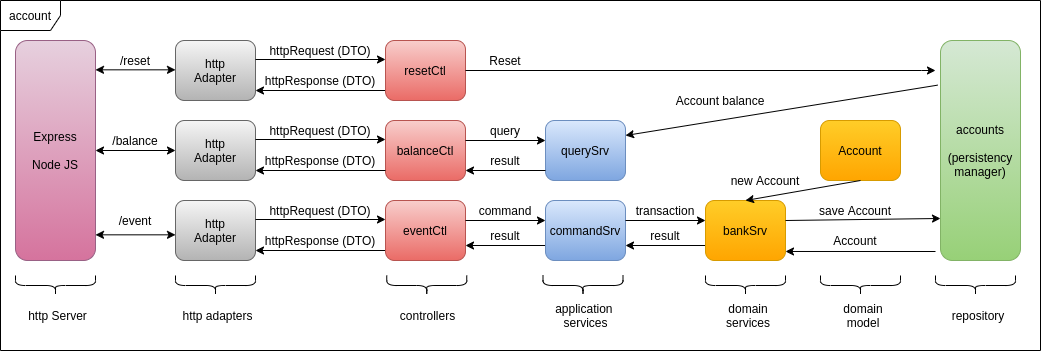
The draw.io diagram accounts.png in gpazevedo/gpazevedo, before a commit. Source tidied: cells renumbered, new cells last; positions are measured from the earlier drawing's top-left corner, leaving out a move shared by most shapes. Its diagram source:
```xml
<mxGraphModel>
  <root>
    <mxCell id="0" />
    <mxCell id="1" parent="0" />
    <mxCell id="2" value="account" style="shape=umlFrame;whiteSpace=wrap;html=1;rounded=1;align=center;" parent="1" vertex="1">
      <mxGeometry width="1040" height="350" as="geometry" />
    </mxCell>
    <mxCell id="3" value="&lt;font style=&quot;font-size: 12px&quot;&gt;Express&lt;br&gt;&lt;br&gt;Node JS&lt;br&gt;&lt;/font&gt;" style="whiteSpace=wrap;html=1;labelPosition=center;verticalLabelPosition=middle;align=center;verticalAlign=middle;gradientColor=#d5739d;fillColor=#e6d0de;strokeColor=#996185;rounded=1;" parent="1" vertex="1">
      <mxGeometry x="15" y="40" width="80" height="220" as="geometry" />
    </mxCell>
    <mxCell id="4" value="http&lt;br&gt;Adapter" style="whiteSpace=wrap;html=1;gradientColor=#b3b3b3;fillColor=#f5f5f5;strokeColor=#666666;rounded=1;" parent="1" vertex="1">
      <mxGeometry x="175" y="120" width="80" height="60" as="geometry" />
    </mxCell>
    <mxCell id="5" value="http&lt;br&gt;Adapter" style="whiteSpace=wrap;html=1;gradientColor=#b3b3b3;fillColor=#f5f5f5;strokeColor=#666666;rounded=1;" parent="1" vertex="1">
      <mxGeometry x="175" y="200" width="80" height="60" as="geometry" />
    </mxCell>
    <mxCell id="6" value="http&lt;br&gt;Adapter" style="whiteSpace=wrap;html=1;gradientColor=#b3b3b3;fillColor=#f5f5f5;strokeColor=#666666;rounded=1;" parent="1" vertex="1">
      <mxGeometry x="175" y="40" width="80" height="60" as="geometry" />
    </mxCell>
    <mxCell id="7" style="endArrow=classic;startArrow=classic;html=1;entryX=0;entryY=0.5;entryDx=0;entryDy=0;" parent="1" edge="1" target="4">
      <mxGeometry x="30" y="50" as="geometry">
        <mxPoint x="95" y="150" as="sourcePoint" />
      </mxGeometry>
    </mxCell>
    <mxCell id="8" style="endArrow=classic;startArrow=classic;html=1;entryX=0;entryY=0.5;entryDx=0;entryDy=0;" parent="1" edge="1">
      <mxGeometry x="30" y="50" as="geometry">
        <mxPoint x="95" y="234.3" as="sourcePoint" />
        <mxPoint x="175" y="234.3" as="targetPoint" />
      </mxGeometry>
    </mxCell>
    <mxCell id="9" style="endArrow=classic;startArrow=classic;html=1;entryX=0;entryY=0.5;entryDx=0;entryDy=0;" parent="1" edge="1">
      <mxGeometry x="30" y="50" as="geometry">
        <mxPoint x="95" y="69.3" as="sourcePoint" />
        <mxPoint x="175" y="69.3" as="targetPoint" />
      </mxGeometry>
    </mxCell>
    <mxCell id="10" value="/balance" style="text;html=1;strokeColor=none;fillColor=none;align=center;verticalAlign=middle;whiteSpace=wrap;rounded=1;" parent="1" vertex="1">
      <mxGeometry x="115" y="130" width="40" height="20" as="geometry" />
    </mxCell>
    <mxCell id="11" value="/event" style="text;html=1;strokeColor=none;fillColor=none;align=center;verticalAlign=middle;whiteSpace=wrap;rounded=1;" parent="1" vertex="1">
      <mxGeometry x="115" y="210" width="40" height="20" as="geometry" />
    </mxCell>
    <mxCell id="12" value="/reset" style="text;html=1;strokeColor=none;fillColor=none;align=center;verticalAlign=middle;whiteSpace=wrap;rounded=1;" parent="1" vertex="1">
      <mxGeometry x="115" y="50" width="40" height="20" as="geometry" />
    </mxCell>
    <mxCell id="13" value="balanceCtl" style="whiteSpace=wrap;html=1;gradientColor=#ea6b66;fillColor=#f8cecc;strokeColor=#b85450;rounded=1;" parent="1" vertex="1">
      <mxGeometry x="385" y="120" width="80" height="60" as="geometry" />
    </mxCell>
    <mxCell id="14" style="group;rounded=1;" parent="1" vertex="1">
      <mxGeometry x="255" y="120" width="130" height="20" as="geometry" />
    </mxCell>
    <mxCell id="15" value="httpRequest (DTO)" style="text;html=1;strokeColor=none;fillColor=none;align=center;verticalAlign=middle;whiteSpace=wrap;rounded=1;" parent="14" vertex="1">
      <mxGeometry width="130" height="20" as="geometry" />
    </mxCell>
    <mxCell id="16" style="endArrow=classic;html=1;exitX=1;exitY=0.25;exitDx=0;exitDy=0;entryX=0;entryY=0.25;entryDx=0;entryDy=0;" parent="14" edge="1">
      <mxGeometry as="geometry">
        <mxPoint y="19" as="sourcePoint" />
        <mxPoint x="130" y="19" as="targetPoint" />
      </mxGeometry>
    </mxCell>
    <mxCell id="17" style="group;rounded=1;" parent="1" vertex="1">
      <mxGeometry x="255" y="150" width="130" height="20" as="geometry" />
    </mxCell>
    <mxCell id="18" value="httpResponse (DTO)" style="text;html=1;strokeColor=none;fillColor=none;align=center;verticalAlign=middle;whiteSpace=wrap;rounded=1;" parent="17" vertex="1">
      <mxGeometry width="130" height="20" as="geometry" />
    </mxCell>
    <mxCell id="19" style="endArrow=classic;html=1;" parent="17" edge="1">
      <mxGeometry relative="1" as="geometry">
        <mxPoint x="130" y="20" as="sourcePoint" />
        <mxPoint y="20" as="targetPoint" />
      </mxGeometry>
    </mxCell>
    <mxCell id="20" style="group;rounded=1;" parent="1" vertex="1">
      <mxGeometry x="255" y="200" width="130" height="20" as="geometry" />
    </mxCell>
    <mxCell id="21" value="httpRequest (DTO)" style="text;html=1;strokeColor=none;fillColor=none;align=center;verticalAlign=middle;whiteSpace=wrap;rounded=1;" parent="20" vertex="1">
      <mxGeometry width="130" height="20" as="geometry" />
    </mxCell>
    <mxCell id="22" style="endArrow=classic;html=1;exitX=1;exitY=0.25;exitDx=0;exitDy=0;entryX=0;entryY=0.25;entryDx=0;entryDy=0;" parent="20" edge="1">
      <mxGeometry as="geometry">
        <mxPoint y="19" as="sourcePoint" />
        <mxPoint x="130" y="19" as="targetPoint" />
      </mxGeometry>
    </mxCell>
    <mxCell id="23" style="group;rounded=1;" parent="1" vertex="1">
      <mxGeometry x="255" y="230" width="130" height="20" as="geometry" />
    </mxCell>
    <mxCell id="24" value="httpResponse (DTO)" style="text;html=1;strokeColor=none;fillColor=none;align=center;verticalAlign=middle;whiteSpace=wrap;rounded=1;" parent="23" vertex="1">
      <mxGeometry width="130" height="20" as="geometry" />
    </mxCell>
    <mxCell id="25" style="endArrow=classic;html=1;" parent="23" edge="1">
      <mxGeometry relative="1" as="geometry">
        <mxPoint x="130" y="20" as="sourcePoint" />
        <mxPoint y="20" as="targetPoint" />
      </mxGeometry>
    </mxCell>
    <mxCell id="26" style="group;rounded=1;" parent="1" vertex="1">
      <mxGeometry x="255" y="40" width="130" height="20" as="geometry" />
    </mxCell>
    <mxCell id="27" value="httpRequest (DTO)" style="text;html=1;strokeColor=none;fillColor=none;align=center;verticalAlign=middle;whiteSpace=wrap;rounded=1;" parent="26" vertex="1">
      <mxGeometry width="130" height="20" as="geometry" />
    </mxCell>
    <mxCell id="28" style="endArrow=classic;html=1;exitX=1;exitY=0.25;exitDx=0;exitDy=0;entryX=0;entryY=0.25;entryDx=0;entryDy=0;" parent="26" edge="1">
      <mxGeometry as="geometry">
        <mxPoint y="19" as="sourcePoint" />
        <mxPoint x="130" y="19" as="targetPoint" />
      </mxGeometry>
    </mxCell>
    <mxCell id="29" style="group;rounded=1;" parent="1" vertex="1">
      <mxGeometry x="255" y="70" width="130" height="20" as="geometry" />
    </mxCell>
    <mxCell id="30" value="httpResponse (DTO)" style="text;html=1;strokeColor=none;fillColor=none;align=center;verticalAlign=middle;whiteSpace=wrap;rounded=1;" parent="29" vertex="1">
      <mxGeometry width="130" height="20" as="geometry" />
    </mxCell>
    <mxCell id="31" style="endArrow=classic;html=1;" parent="29" edge="1">
      <mxGeometry relative="1" as="geometry">
        <mxPoint x="130" y="20" as="sourcePoint" />
        <mxPoint y="20" as="targetPoint" />
      </mxGeometry>
    </mxCell>
    <mxCell id="32" value="eventCtl" style="whiteSpace=wrap;html=1;gradientColor=#ea6b66;fillColor=#f8cecc;strokeColor=#b85450;rounded=1;" parent="1" vertex="1">
      <mxGeometry x="385" y="200" width="80" height="60" as="geometry" />
    </mxCell>
    <mxCell id="33" value="resetCtl" style="whiteSpace=wrap;html=1;gradientColor=#ea6b66;fillColor=#f8cecc;strokeColor=#b85450;rounded=1;" parent="1" vertex="1">
      <mxGeometry x="385" y="40" width="80" height="60" as="geometry" />
    </mxCell>
    <mxCell id="34" value="querySrv" style="whiteSpace=wrap;html=1;align=center;gradientColor=#7ea6e0;fillColor=#dae8fc;strokeColor=#6c8ebf;rounded=1;" parent="1" vertex="1">
      <mxGeometry x="545" y="120" width="80" height="60" as="geometry" />
    </mxCell>
    <mxCell id="35" style="group;rounded=1;" parent="1" vertex="1">
      <mxGeometry x="465" y="200" width="80" height="20" as="geometry" />
    </mxCell>
    <mxCell id="36" style="endArrow=classic;html=1;" parent="35" edge="1">
      <mxGeometry relative="1" as="geometry">
        <mxPoint y="20" as="sourcePoint" />
        <mxPoint x="80" y="20" as="targetPoint" />
      </mxGeometry>
    </mxCell>
    <mxCell id="37" value="command" style="text;html=1;strokeColor=none;fillColor=none;align=center;verticalAlign=middle;whiteSpace=wrap;rounded=1;" parent="35" vertex="1">
      <mxGeometry width="80" height="20" as="geometry" />
    </mxCell>
    <mxCell id="38" style="group;rounded=1;" parent="1" vertex="1">
      <mxGeometry x="465" y="225" width="80" height="20" as="geometry" />
    </mxCell>
    <mxCell id="39" style="endArrow=classic;html=1;" parent="38" edge="1">
      <mxGeometry as="geometry">
        <mxPoint x="80" y="20" as="sourcePoint" />
        <mxPoint y="20" as="targetPoint" />
      </mxGeometry>
    </mxCell>
    <mxCell id="40" value="result" style="text;html=1;strokeColor=none;fillColor=none;align=center;verticalAlign=middle;whiteSpace=wrap;rounded=1;" parent="38" vertex="1">
      <mxGeometry width="80" height="20" as="geometry" />
    </mxCell>
    <mxCell id="41" style="group;rounded=1;" parent="1" vertex="1">
      <mxGeometry x="465" y="120" width="80" height="20" as="geometry" />
    </mxCell>
    <mxCell id="42" style="endArrow=classic;html=1;" parent="41" edge="1">
      <mxGeometry relative="1" as="geometry">
        <mxPoint y="20" as="sourcePoint" />
        <mxPoint x="80" y="20" as="targetPoint" />
      </mxGeometry>
    </mxCell>
    <mxCell id="43" value="query" style="text;html=1;strokeColor=none;fillColor=none;align=center;verticalAlign=middle;whiteSpace=wrap;rounded=1;" parent="41" vertex="1">
      <mxGeometry width="80" height="20" as="geometry" />
    </mxCell>
    <mxCell id="44" style="group;rounded=1;" parent="1" vertex="1">
      <mxGeometry x="465" y="150" width="80" height="20" as="geometry" />
    </mxCell>
    <mxCell id="45" style="endArrow=classic;html=1;" parent="44" edge="1">
      <mxGeometry as="geometry">
        <mxPoint x="80" y="20" as="sourcePoint" />
        <mxPoint y="20" as="targetPoint" />
      </mxGeometry>
    </mxCell>
    <mxCell id="46" value="result" style="text;html=1;strokeColor=none;fillColor=none;align=center;verticalAlign=middle;whiteSpace=wrap;rounded=1;" parent="44" vertex="1">
      <mxGeometry width="80" height="20" as="geometry" />
    </mxCell>
    <mxCell id="47" value="commandSrv" style="whiteSpace=wrap;html=1;align=center;gradientColor=#7ea6e0;fillColor=#dae8fc;strokeColor=#6c8ebf;rounded=1;" parent="1" vertex="1">
      <mxGeometry x="545" y="200" width="80" height="60" as="geometry" />
    </mxCell>
    <mxCell id="48" style="group;rounded=1;" parent="1" vertex="1">
      <mxGeometry x="625" y="200" width="80" height="20" as="geometry" />
    </mxCell>
    <mxCell id="49" style="endArrow=classic;html=1;" parent="48" edge="1">
      <mxGeometry relative="1" as="geometry">
        <mxPoint y="20" as="sourcePoint" />
        <mxPoint x="80" y="20" as="targetPoint" />
      </mxGeometry>
    </mxCell>
    <mxCell id="50" value="transaction" style="text;html=1;strokeColor=none;fillColor=none;align=center;verticalAlign=middle;whiteSpace=wrap;rounded=1;" parent="48" vertex="1">
      <mxGeometry width="80" height="20" as="geometry" />
    </mxCell>
    <mxCell id="51" style="group;rounded=1;" parent="1" vertex="1">
      <mxGeometry x="625" y="225" width="80" height="20" as="geometry" />
    </mxCell>
    <mxCell id="52" style="endArrow=classic;html=1;" parent="51" edge="1">
      <mxGeometry as="geometry">
        <mxPoint x="80" y="20" as="sourcePoint" />
        <mxPoint y="20" as="targetPoint" />
      </mxGeometry>
    </mxCell>
    <mxCell id="53" value="result" style="text;html=1;strokeColor=none;fillColor=none;align=center;verticalAlign=middle;whiteSpace=wrap;rounded=1;" parent="51" vertex="1">
      <mxGeometry width="80" height="20" as="geometry" />
    </mxCell>
    <mxCell id="54" value="bankSrv" style="whiteSpace=wrap;html=1;align=center;gradientColor=#ffa500;fillColor=#ffcd28;strokeColor=#d79b00;rounded=1;" parent="1" vertex="1">
      <mxGeometry x="705" y="200" width="80" height="60" as="geometry" />
    </mxCell>
    <mxCell id="55" value="Account" style="whiteSpace=wrap;html=1;align=center;gradientColor=#ffa500;fillColor=#ffcd28;strokeColor=#d79b00;rounded=1;" parent="1" vertex="1">
      <mxGeometry x="820" y="120" width="80" height="60" as="geometry" />
    </mxCell>
    <mxCell id="56" value="&lt;font style=&quot;font-size: 12px&quot;&gt;accounts&lt;br&gt;&lt;br&gt;(persistency manager)&lt;br&gt;&lt;/font&gt;" style="whiteSpace=wrap;html=1;labelPosition=center;verticalLabelPosition=middle;align=center;verticalAlign=middle;gradientColor=#97d077;fillColor=#d5e8d4;strokeColor=#82b366;rounded=1;" parent="1" vertex="1">
      <mxGeometry x="940" y="40" width="80" height="220" as="geometry" />
    </mxCell>
    <mxCell id="57" style="edgeStyle=orthogonalEdgeStyle;jettySize=auto;html=1;exitX=1;exitY=0.5;exitDx=0;exitDy=0;" parent="1" edge="1" source="33">
      <mxGeometry x="30" y="50" as="geometry">
        <mxPoint x="935" y="70" as="targetPoint" />
        <Array as="points">
          <mxPoint x="931" y="70" />
        </Array>
      </mxGeometry>
    </mxCell>
    <mxCell id="58" value="Reset" style="text;html=1;strokeColor=none;fillColor=none;align=center;verticalAlign=middle;whiteSpace=wrap;rounded=1;" parent="1" vertex="1">
      <mxGeometry x="485" y="50" width="40" height="20" as="geometry" />
    </mxCell>
    <mxCell id="59" style="endArrow=classic;html=1;entryX=0;entryY=0.809;entryDx=0;entryDy=0;entryPerimeter=0;exitX=0;exitY=0.809;exitDx=0;exitDy=0;exitPerimeter=0;" parent="1" edge="1" target="56">
      <mxGeometry x="30" y="50" as="geometry">
        <mxPoint x="785" y="220" as="sourcePoint" />
      </mxGeometry>
    </mxCell>
    <mxCell id="60" value="save Account" style="text;html=1;strokeColor=none;fillColor=none;align=center;verticalAlign=middle;whiteSpace=wrap;rounded=1;" parent="1" vertex="1">
      <mxGeometry x="805" y="200" width="100" height="20" as="geometry" />
    </mxCell>
    <mxCell id="61" style="endArrow=classic;html=1;entryX=-0.05;entryY=0.791;entryDx=0;entryDy=0;entryPerimeter=0;" parent="1" edge="1">
      <mxGeometry x="30" y="50" as="geometry">
        <mxPoint x="935" y="251" as="sourcePoint" />
        <mxPoint x="785" y="251" as="targetPoint" />
      </mxGeometry>
    </mxCell>
    <mxCell id="62" value="Account" style="text;html=1;strokeColor=none;fillColor=none;align=center;verticalAlign=middle;whiteSpace=wrap;rounded=1;" parent="1" vertex="1">
      <mxGeometry x="820" y="230" width="70" height="20" as="geometry" />
    </mxCell>
    <mxCell id="63" style="endArrow=classic;html=1;entryX=0.5;entryY=1;entryDx=0;entryDy=0;exitX=0.5;exitY=1;exitDx=0;exitDy=0;" parent="1" edge="1" source="55">
      <mxGeometry x="30" y="50" as="geometry">
        <mxPoint x="745" y="200" as="targetPoint" />
      </mxGeometry>
    </mxCell>
    <mxCell id="64" value="new Account" style="text;html=1;strokeColor=none;fillColor=none;align=center;verticalAlign=middle;whiteSpace=wrap;rounded=1;" parent="1" vertex="1">
      <mxGeometry x="715" y="170" width="100" height="20" as="geometry" />
    </mxCell>
    <mxCell id="65" style="endArrow=classic;html=1;exitX=-0.037;exitY=0.203;exitDx=0;exitDy=0;entryX=1;entryY=0.25;entryDx=0;entryDy=0;exitPerimeter=0;" parent="1" edge="1" source="56" target="34">
      <mxGeometry x="30" y="50" as="geometry" />
    </mxCell>
    <mxCell id="66" value="Account balance" style="text;html=1;strokeColor=none;fillColor=none;align=center;verticalAlign=middle;whiteSpace=wrap;rounded=1;" parent="1" vertex="1">
      <mxGeometry x="665" y="90" width="110" height="20" as="geometry" />
    </mxCell>
    <mxCell id="67" style="shape=curlyBracket;whiteSpace=wrap;html=1;align=center;direction=west;rotation=90;rounded=1;" parent="1" vertex="1">
      <mxGeometry x="45" y="245" width="20" height="80" as="geometry" />
    </mxCell>
    <mxCell id="68" value="http Server" style="text;html=1;strokeColor=none;fillColor=none;align=center;verticalAlign=middle;whiteSpace=wrap;rounded=1;" parent="1" vertex="1">
      <mxGeometry x="15" y="305" width="85" height="20" as="geometry" />
    </mxCell>
    <mxCell id="69" style="shape=curlyBracket;whiteSpace=wrap;html=1;align=center;direction=west;rotation=90;rounded=1;" parent="1" vertex="1">
      <mxGeometry x="416.2" y="245" width="20" height="80" as="geometry" />
    </mxCell>
    <mxCell id="70" value="application&amp;nbsp;&lt;br&gt;services" style="text;html=1;strokeColor=none;fillColor=none;align=center;verticalAlign=middle;whiteSpace=wrap;rounded=1;" parent="1" vertex="1">
      <mxGeometry x="518.8" y="305" width="132.5" height="20" as="geometry" />
    </mxCell>
    <mxCell id="71" style="shape=curlyBracket;whiteSpace=wrap;html=1;align=center;direction=west;rotation=90;rounded=1;" parent="1" vertex="1">
      <mxGeometry x="850" y="245" width="20" height="80" as="geometry" />
    </mxCell>
    <mxCell id="72" value="domain&lt;br&gt;model" style="text;html=1;strokeColor=none;fillColor=none;align=center;verticalAlign=middle;whiteSpace=wrap;rounded=1;" parent="1" vertex="1">
      <mxGeometry x="822.5" y="305" width="80" height="20" as="geometry" />
    </mxCell>
    <mxCell id="73" style="shape=curlyBracket;whiteSpace=wrap;html=1;align=center;direction=west;rotation=90;rounded=1;" parent="1" vertex="1">
      <mxGeometry x="735" y="245" width="20" height="80" as="geometry" />
    </mxCell>
    <mxCell id="74" value="domain&lt;br&gt;services" style="text;html=1;strokeColor=none;fillColor=none;align=center;verticalAlign=middle;whiteSpace=wrap;rounded=1;" parent="1" vertex="1">
      <mxGeometry x="707.5" y="305" width="80" height="20" as="geometry" />
    </mxCell>
    <mxCell id="75" style="shape=curlyBracket;whiteSpace=wrap;html=1;align=center;direction=west;rotation=90;rounded=1;" parent="1" vertex="1">
      <mxGeometry x="965" y="245" width="20" height="80" as="geometry" />
    </mxCell>
    <mxCell id="76" value="repository" style="text;html=1;strokeColor=none;fillColor=none;align=center;verticalAlign=middle;whiteSpace=wrap;rounded=1;" parent="1" vertex="1">
      <mxGeometry x="937.5" y="305" width="80" height="20" as="geometry" />
    </mxCell>
    <mxCell id="77" style="shape=curlyBracket;whiteSpace=wrap;html=1;align=center;direction=west;rotation=90;rounded=1;" parent="1" vertex="1">
      <mxGeometry x="572.5" y="245" width="20" height="80" as="geometry" />
    </mxCell>
    <mxCell id="78" style="shape=curlyBracket;whiteSpace=wrap;html=1;align=center;direction=west;rotation=90;rounded=1;" parent="1" vertex="1">
      <mxGeometry x="205" y="245" width="20" height="80" as="geometry" />
    </mxCell>
    <mxCell id="79" value="http adapters" style="text;html=1;strokeColor=none;fillColor=none;align=center;verticalAlign=middle;whiteSpace=wrap;rounded=1;" parent="1" vertex="1">
      <mxGeometry x="175" y="305" width="85" height="20" as="geometry" />
    </mxCell>
    <mxCell id="80" value="controllers" style="text;html=1;strokeColor=none;fillColor=none;align=center;verticalAlign=middle;whiteSpace=wrap;rounded=1;" parent="1" vertex="1">
      <mxGeometry x="385" y="305" width="85" height="20" as="geometry" />
    </mxCell>
  </root>
</mxGraphModel>
```
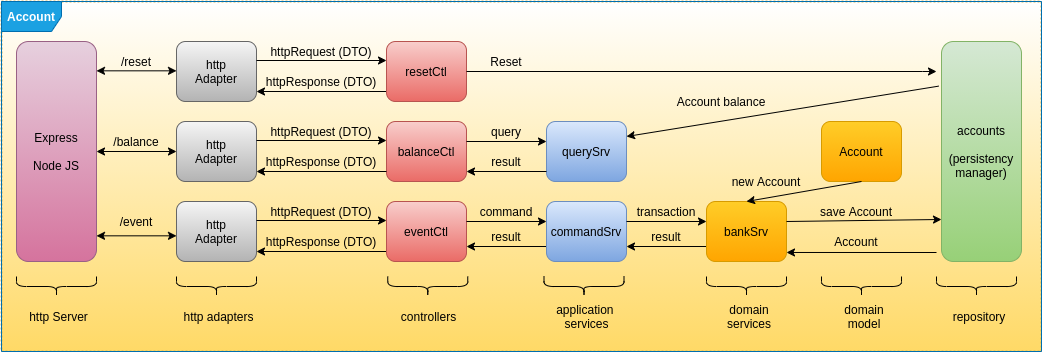
Later version of the same file.

Diff of the diagram source:
```diff
@@ -2,7 +2,10 @@
   <root>
     <mxCell id="0" />
     <mxCell id="1" parent="0" />
+    <mxCell id="81" style="rounded=0;arcSize=10;dashed=1;gradientColor=#ffd966;dashPattern=1 1;strokeWidth=2;strokeColor=#d6b656;" parent="1" vertex="1">
+      <mxGeometry width="1040" height="350" as="geometry" />
+    </mxCell>
-    <mxCell id="2" value="account" style="shape=umlFrame;whiteSpace=wrap;html=1;rounded=1;align=center;" parent="1" vertex="1">
+    <mxCell id="2" value="Account" style="shape=umlFrame;whiteSpace=wrap;html=1;rounded=1;align=center;fillColor=#1ba1e2;strokeColor=#006EAF;fontColor=#ffffff;fontStyle=1;" parent="1" vertex="1">
       <mxGeometry width="1040" height="350" as="geometry" />
     </mxCell>
     <mxCell id="3" value="&lt;font style=&quot;font-size: 12px&quot;&gt;Express&lt;br&gt;&lt;br&gt;Node JS&lt;br&gt;&lt;/font&gt;" style="whiteSpace=wrap;html=1;labelPosition=center;verticalLabelPosition=middle;align=center;verticalAlign=middle;gradientColor=#d5739d;fillColor=#e6d0de;strokeColor=#996185;rounded=1;" parent="1" vertex="1">
```
